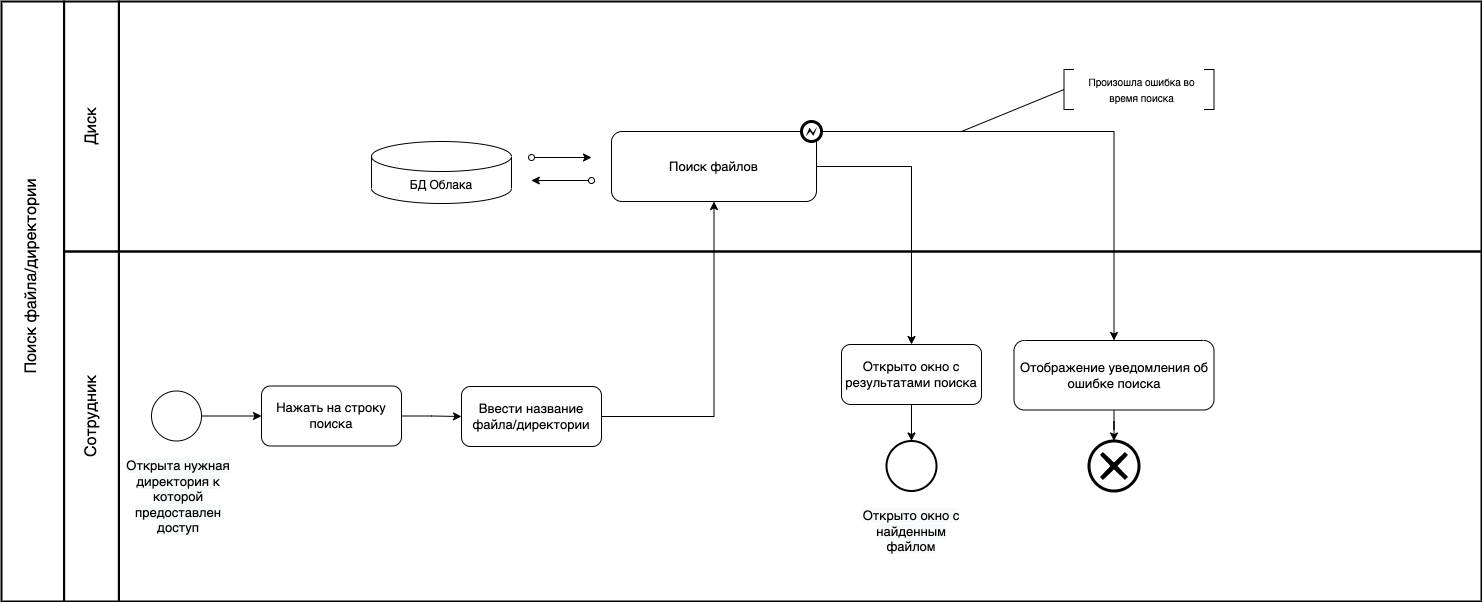
Earlier version of the draw.io export docs/bpmn/UML + BPMN-7.17 BPMN.drawio.png (shuv8/cloudstorage). Source tidied: cells renumbered, new cells last; positions are measured from the earlier drawing's top-left corner, leaving out a move shared by most shapes. The source it was exported from:
```xml
<mxGraphModel>
  <root>
    <mxCell id="0" />
    <mxCell id="1" parent="0" />
    <mxCell id="2" style="rounded=0;whiteSpace=wrap;html=1;strokeWidth=2;fontSize=13;fillColor=none;" parent="1" vertex="1">
      <mxGeometry x="187.4" y="250" width="1362.6" height="350" as="geometry" />
    </mxCell>
    <mxCell id="3" style="rounded=0;whiteSpace=wrap;html=1;strokeWidth=2;fontSize=13;fillColor=none;" parent="1" vertex="1">
      <mxGeometry x="187.4" width="1362.6" height="250" as="geometry" />
    </mxCell>
    <mxCell id="4" style="edgeStyle=orthogonalEdgeStyle;rounded=0;jettySize=auto;html=1;" parent="1" edge="1" source="5" target="17">
      <mxGeometry relative="1" as="geometry" />
    </mxCell>
    <mxCell id="5" value="Нажать на строку поиска" style="rounded=1;whiteSpace=wrap;html=1;fontSize=13;" parent="1" vertex="1">
      <mxGeometry x="330" y="384.5" width="140" height="60" as="geometry" />
    </mxCell>
    <mxCell id="6" style="edgeStyle=orthogonalEdgeStyle;rounded=0;jettySize=auto;html=1;entryX=0;entryY=0.5;entryDx=0;entryDy=0;" parent="1" edge="1" source="7" target="5">
      <mxGeometry relative="1" as="geometry" />
    </mxCell>
    <mxCell id="7" style="ellipse;whiteSpace=wrap;html=1;fontSize=13;" parent="1" vertex="1">
      <mxGeometry x="220" y="389.5" width="50" height="50" as="geometry" />
    </mxCell>
    <mxCell id="8" style="ellipse;whiteSpace=wrap;html=1;fontSize=13;strokeWidth=2;" parent="1" vertex="1">
      <mxGeometry x="955" y="439.5" width="50" height="50" as="geometry" />
    </mxCell>
    <mxCell id="9" style="rounded=0;whiteSpace=wrap;html=1;strokeWidth=2;fontSize=13;fillColor=none;" parent="1" vertex="1">
      <mxGeometry x="132.6" width="54.8" height="250" as="geometry" />
    </mxCell>
    <mxCell id="10" style="rounded=0;whiteSpace=wrap;html=1;strokeWidth=2;fontSize=13;fillColor=none;" parent="1" vertex="1">
      <mxGeometry x="132.6" y="250" width="54.8" height="350" as="geometry" />
    </mxCell>
    <mxCell id="11" style="rounded=0;whiteSpace=wrap;html=1;strokeWidth=2;fontSize=13;fillColor=none;" parent="1" vertex="1">
      <mxGeometry x="70" width="62.6" height="600" as="geometry" />
    </mxCell>
    <mxCell id="12" value="&lt;font style=&quot;font-size: 16px&quot;&gt;Диск&lt;/font&gt;" style="text;html=1;strokeColor=none;fillColor=none;align=center;verticalAlign=middle;whiteSpace=wrap;rounded=0;fontSize=13;rotation=-90;" parent="1" vertex="1">
      <mxGeometry x="120" y="110" width="80" height="30" as="geometry" />
    </mxCell>
    <mxCell id="13" value="&lt;font style=&quot;font-size: 16px&quot;&gt;Сотрудник&lt;/font&gt;" style="text;html=1;strokeColor=none;fillColor=none;align=center;verticalAlign=middle;whiteSpace=wrap;rounded=0;fontSize=13;rotation=-90;" parent="1" vertex="1">
      <mxGeometry x="105" y="400" width="110" height="30" as="geometry" />
    </mxCell>
    <mxCell id="14" value="&lt;font style=&quot;font-size: 16px&quot;&gt;Поиск файла/директории&lt;br&gt;&lt;/font&gt;" style="text;html=1;strokeColor=none;fillColor=none;align=center;verticalAlign=middle;whiteSpace=wrap;rounded=0;fontSize=13;rotation=-90;" parent="1" vertex="1">
      <mxGeometry y="260" width="200" height="30" as="geometry" />
    </mxCell>
    <mxCell id="15" style="edgeStyle=orthogonalEdgeStyle;rounded=0;jettySize=auto;html=1;entryX=0.5;entryY=0;entryDx=0;entryDy=0;" parent="1" edge="1" source="16" target="19">
      <mxGeometry relative="1" as="geometry">
        <Array as="points">
          <mxPoint x="980" y="165" />
        </Array>
      </mxGeometry>
    </mxCell>
    <mxCell id="16" value="Поиск файлов" style="rounded=1;whiteSpace=wrap;html=1;fontSize=13;" parent="1" vertex="1">
      <mxGeometry x="680" y="130" width="205" height="70" as="geometry" />
    </mxCell>
    <mxCell id="17" value="Ввести название файла/директории" style="rounded=1;whiteSpace=wrap;html=1;fontSize=13;" parent="1" vertex="1">
      <mxGeometry x="530" y="385" width="140" height="60" as="geometry" />
    </mxCell>
    <mxCell id="18" style="edgeStyle=orthogonalEdgeStyle;rounded=0;jettySize=auto;html=1;entryX=0.5;entryY=0;entryDx=0;entryDy=0;" parent="1" edge="1" source="19" target="8">
      <mxGeometry relative="1" as="geometry" />
    </mxCell>
    <mxCell id="19" value="Открыто окно с результатами поиска" style="rounded=1;whiteSpace=wrap;html=1;fontSize=13;" parent="1" vertex="1">
      <mxGeometry x="910" y="343" width="140" height="60" as="geometry" />
    </mxCell>
    <mxCell id="20" style="edgeStyle=orthogonalEdgeStyle;rounded=0;jettySize=auto;html=1;entryX=0.5;entryY=1;entryDx=0;entryDy=0;exitX=1;exitY=0.5;exitDx=0;exitDy=0;" parent="1" edge="1" source="17" target="16">
      <mxGeometry relative="1" as="geometry">
        <Array as="points">
          <mxPoint x="783" y="415" />
        </Array>
      </mxGeometry>
    </mxCell>
    <mxCell id="21" style="edgeStyle=orthogonalEdgeStyle;rounded=0;jettySize=auto;html=1;" parent="1" edge="1" source="22" target="31">
      <mxGeometry relative="1" as="geometry" />
    </mxCell>
    <mxCell id="22" value="Отображение уведомления об ошибке поиска" style="rounded=1;whiteSpace=wrap;html=1;fontSize=13;" parent="1" vertex="1">
      <mxGeometry x="1082.5" y="339" width="200" height="69.5" as="geometry" />
    </mxCell>
    <mxCell id="23" style="group;" parent="1" vertex="1">
      <mxGeometry x="1090" y="68" width="192.5" height="72" as="geometry" />
    </mxCell>
    <mxCell id="24" style="shape=partialRectangle;whiteSpace=wrap;html=1;bottom=1;right=1;left=1;top=0;fillColor=none;routingCenterX=-0.5;fontSize=13;rotation=90;" parent="23" vertex="1">
      <mxGeometry x="27.5" y="15" width="40" height="10" as="geometry" />
    </mxCell>
    <mxCell id="25" value="&lt;font size=&quot;1&quot;&gt;Произошла ошибка во время поиска&lt;/font&gt;" style="text;html=1;strokeColor=none;fillColor=none;align=center;verticalAlign=middle;whiteSpace=wrap;rounded=0;fontSize=13;" parent="23" vertex="1">
      <mxGeometry x="52.5" y="5" width="135" height="30" as="geometry" />
    </mxCell>
    <mxCell id="26" style="shape=partialRectangle;whiteSpace=wrap;html=1;bottom=1;right=1;left=1;top=0;fillColor=none;routingCenterX=-0.5;fontSize=13;rotation=-90;" parent="23" vertex="1">
      <mxGeometry x="167.5" y="15" width="40" height="10" as="geometry" />
    </mxCell>
    <mxCell id="27" value="&lt;span style=&quot;color: rgb(0, 0, 0); font-family: Helvetica; font-size: 13px; font-style: normal; font-variant-ligatures: normal; font-variant-caps: normal; font-weight: 400; letter-spacing: normal; orphans: 2; text-indent: 0px; text-transform: none; widows: 2; word-spacing: 0px; -webkit-text-stroke-width: 0px; background-color: rgb(248, 249, 250); text-decoration-thickness: initial; text-decoration-style: initial; text-decoration-color: initial; float: none; display: inline !important;&quot;&gt;Открыта нужная директория к которой предоставлен доступ&lt;/span&gt;" style="text;whiteSpace=wrap;html=1;align=center;" parent="1" vertex="1">
      <mxGeometry x="187.4" y="449.5" width="120" height="80" as="geometry" />
    </mxCell>
    <mxCell id="28" style="edgeStyle=orthogonalEdgeStyle;rounded=0;jettySize=auto;html=1;entryX=0.5;entryY=0;entryDx=0;entryDy=0;" parent="1" edge="1" source="29" target="22">
      <mxGeometry relative="1" as="geometry" />
    </mxCell>
    <mxCell id="29" style="shape=mxgraph.bpmn.shape;html=1;verticalLabelPosition=bottom;labelBackgroundColor=#ffffff;verticalAlign=top;align=center;perimeter=ellipsePerimeter;outlineConnect=0;outline=end;symbol=error;" parent="1" vertex="1">
      <mxGeometry x="870" y="120" width="20" height="20" as="geometry" />
    </mxCell>
    <mxCell id="30" style="endArrow=none;html=1;rounded=0;entryX=0.5;entryY=1;entryDx=0;entryDy=0;" parent="1" edge="1" target="24">
      <mxGeometry relative="1" as="geometry">
        <mxPoint x="1030" y="130" as="sourcePoint" />
      </mxGeometry>
    </mxCell>
    <mxCell id="31" style="points=[[0.145,0.145,0],[0.5,0,0],[0.855,0.145,0],[1,0.5,0],[0.855,0.855,0],[0.5,1,0],[0.145,0.855,0],[0,0.5,0]];shape=mxgraph.bpmn.event;html=1;verticalLabelPosition=bottom;labelBackgroundColor=#ffffff;verticalAlign=top;align=center;perimeter=ellipsePerimeter;outlineConnect=0;outline=end;symbol=cancel;" parent="1" vertex="1">
      <mxGeometry x="1157.5" y="439.5" width="50" height="50" as="geometry" />
    </mxCell>
    <mxCell id="32" value="&lt;span style=&quot;color: rgb(0, 0, 0); font-family: Helvetica; font-size: 13px; font-style: normal; font-variant-ligatures: normal; font-variant-caps: normal; font-weight: 400; letter-spacing: normal; orphans: 2; text-indent: 0px; text-transform: none; widows: 2; word-spacing: 0px; -webkit-text-stroke-width: 0px; background-color: rgb(248, 249, 250); text-decoration-thickness: initial; text-decoration-style: initial; text-decoration-color: initial; float: none; display: inline !important;&quot;&gt;Открыто окно с найденным файлом&lt;/span&gt;" style="text;whiteSpace=wrap;html=1;align=center;" parent="1" vertex="1">
      <mxGeometry x="920" y="500" width="120" height="60" as="geometry" />
    </mxCell>
    <mxCell id="33" style="group;" parent="1" vertex="1">
      <mxGeometry x="440" y="140" width="220" height="62" as="geometry" />
    </mxCell>
    <mxCell id="34" value="БД Облака" style="shape=cylinder3;whiteSpace=wrap;html=1;boundedLbl=1;backgroundOutline=1;size=15;" parent="33" vertex="1">
      <mxGeometry width="140" height="62" as="geometry" />
    </mxCell>
    <mxCell id="35" style="endArrow=classic;html=1;rounded=0;startArrow=oval;startFill=0;" parent="33" edge="1">
      <mxGeometry relative="1" as="geometry">
        <mxPoint x="160" y="16" as="sourcePoint" />
        <mxPoint x="220" y="16" as="targetPoint" />
      </mxGeometry>
    </mxCell>
    <mxCell id="36" style="endArrow=classic;html=1;rounded=0;startArrow=oval;startFill=0;entryX=0.388;entryY=0.56;entryDx=0;entryDy=0;entryPerimeter=0;" parent="33" edge="1">
      <mxGeometry relative="1" as="geometry">
        <mxPoint x="220" y="39" as="sourcePoint" />
        <mxPoint x="159.8" y="39" as="targetPoint" />
      </mxGeometry>
    </mxCell>
  </root>
</mxGraphModel>
```
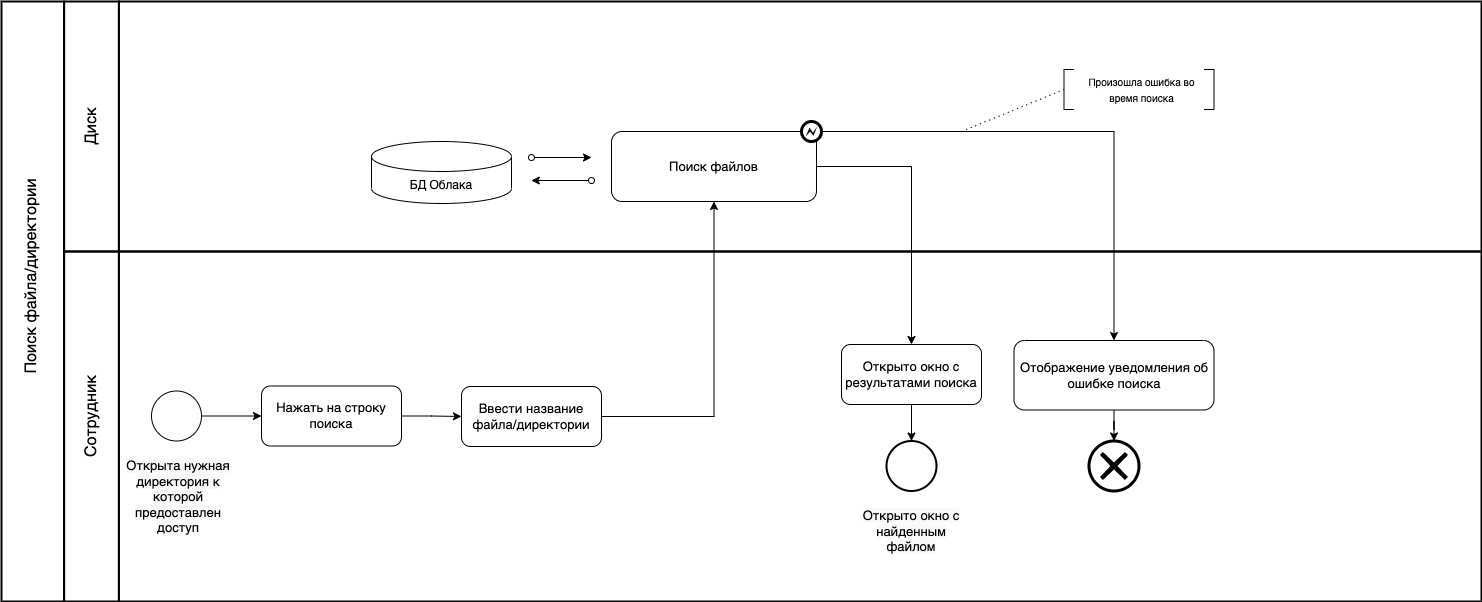
After the commit.

Change to the diagram source:
```diff
@@ -94,7 +94,7 @@
     <mxCell id="29" style="shape=mxgraph.bpmn.shape;html=1;verticalLabelPosition=bottom;labelBackgroundColor=#ffffff;verticalAlign=top;align=center;perimeter=ellipsePerimeter;outlineConnect=0;outline=end;symbol=error;" parent="1" vertex="1">
       <mxGeometry x="870" y="120" width="20" height="20" as="geometry" />
     </mxCell>
-    <mxCell id="30" style="endArrow=none;html=1;rounded=0;entryX=0.5;entryY=1;entryDx=0;entryDy=0;" parent="1" edge="1" target="24">
+    <mxCell id="30" style="endArrow=none;html=1;rounded=0;entryX=0.5;entryY=1;entryDx=0;entryDy=0;dashed=1;dashPattern=1 4;" parent="1" edge="1" target="24">
       <mxGeometry relative="1" as="geometry">
         <mxPoint x="1030" y="130" as="sourcePoint" />
       </mxGeometry>
```
